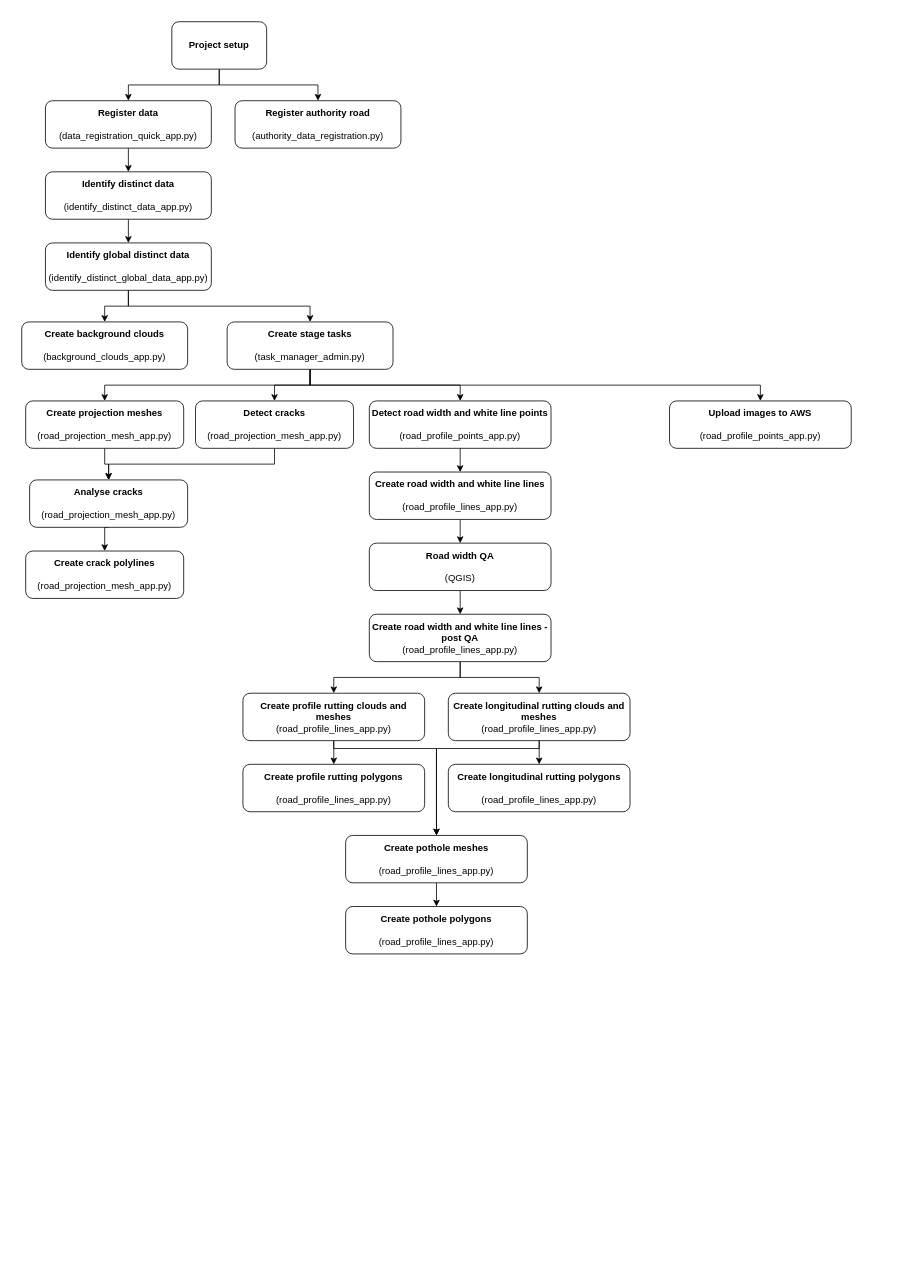
Above: RoadSiDe.drawio in marko-veris/draw.io (draw.io), before the change. Source tidied: cells renumbered, new cells numbered last; positions are measured from the earlier drawing's top-left corner, leaving out a move shared by most shapes. Both pictures are drawn from the tidied source at 79%, with x=0, y=0 at pixel (21, 21).
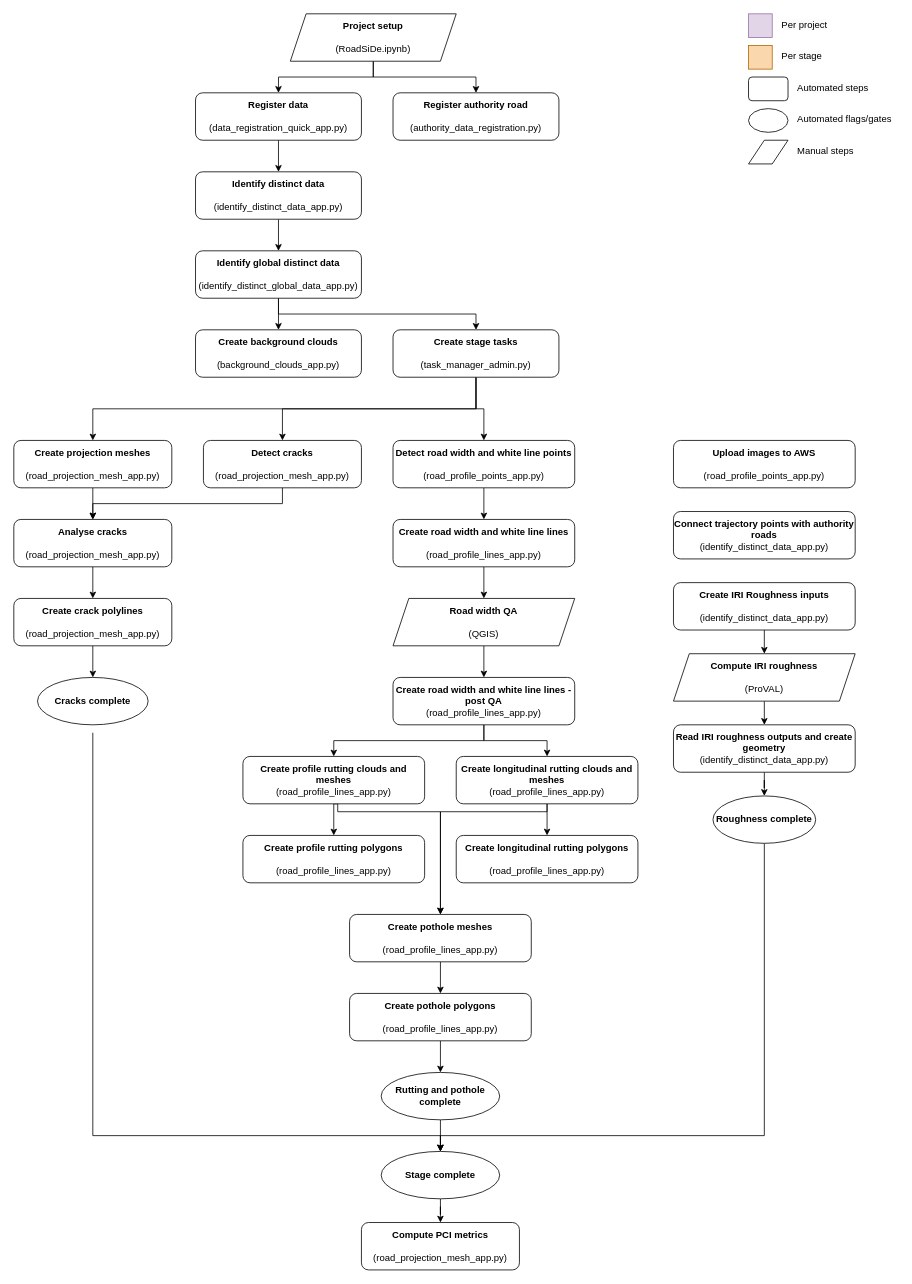
Above is the later version.

What changed in the source:
```diff
@@
     <mxCell id="3" value="&lt;b&gt;Register data&lt;br&gt;&lt;/b&gt;&lt;br&gt;(data_registration_quick_app.py)" style="rounded=1;whiteSpace=wrap;html=1;" parent="1" vertex="1">
-      <mxGeometry x="30" y="100" width="210" height="60" as="geometry" />
+      <mxGeometry x="220" y="90" width="210" height="60" as="geometry" />
     </mxCell>
-    <mxCell id="4" style="edgeStyle=orthogonalEdgeStyle;rounded=0;jettySize=auto;html=1;exitX=0.5;exitY=1;exitDx=0;exitDy=0;entryX=0.5;entryY=0;entryDx=0;entryDy=0;" parent="1" edge="1" source="6" target="3">
-      <mxGeometry relative="1" as="geometry" />
-    </mxCell>
-    <mxCell id="5" style="edgeStyle=orthogonalEdgeStyle;rounded=0;jettySize=auto;html=1;exitX=0.5;exitY=1;exitDx=0;exitDy=0;entryX=0.5;entryY=0;entryDx=0;entryDy=0;" parent="1" edge="1" source="6" target="16">
-      <mxGeometry relative="1" as="geometry" />
-    </mxCell>
-    <mxCell id="6" value="&lt;b&gt;Project setup&lt;/b&gt;" style="rounded=1;whiteSpace=wrap;html=1;" parent="1" vertex="1">
-      <mxGeometry x="190" width="120" height="60" as="geometry" />
-    </mxCell>
     <mxCell id="7" value="&lt;b&gt;Create background clouds&lt;br&gt;&lt;/b&gt;&lt;br&gt;(background_clouds_app.py)" style="rounded=1;whiteSpace=wrap;html=1;" parent="1" vertex="1">
-      <mxGeometry y="380" width="210" height="60" as="geometry" />
+      <mxGeometry x="220" y="390" width="210" height="60" as="geometry" />
     </mxCell>
@@
     <mxCell id="9" value="&lt;b&gt;Detect road width and white line points&lt;br&gt;&lt;/b&gt;&lt;br&gt;(road_profile_points_app.py)" style="rounded=1;whiteSpace=wrap;html=1;" parent="1" vertex="1">
-      <mxGeometry x="440" y="480" width="230" height="60" as="geometry" />
+      <mxGeometry x="470" y="530" width="230" height="60" as="geometry" />
     </mxCell>
@@
     <mxCell id="11" value="&lt;b&gt;Create projection meshes&lt;br&gt;&lt;/b&gt;&lt;br&gt;(road_projection_mesh_app.py)" style="rounded=1;whiteSpace=wrap;html=1;" parent="1" vertex="1">
-      <mxGeometry x="5" y="480" width="200" height="60" as="geometry" />
+      <mxGeometry x="-10" y="530" width="200" height="60" as="geometry" />
     </mxCell>
-    <mxCell id="12" style="edgeStyle=orthogonalEdgeStyle;rounded=0;jettySize=auto;html=1;exitX=0.5;exitY=1;exitDx=0;exitDy=0;entryX=0.5;entryY=0;entryDx=0;entryDy=0;" parent="1" edge="1" source="13" target="31">
+    <mxCell id="12" style="edgeStyle=orthogonalEdgeStyle;rounded=0;jettySize=auto;html=1;" parent="1" edge="1" source="13" target="31">
       <mxGeometry relative="1" as="geometry" />
     </mxCell>
     <mxCell id="13" value="&lt;b&gt;Create road width and white line lines&lt;br&gt;&lt;/b&gt;&lt;br&gt;(road_profile_lines_app.py)" style="rounded=1;whiteSpace=wrap;html=1;" parent="1" vertex="1">
-      <mxGeometry x="440" y="570" width="230" height="60" as="geometry" />
+      <mxGeometry x="470" y="630" width="230" height="60" as="geometry" />
     </mxCell>
@@
     <mxCell id="15" value="&lt;b&gt;Identify distinct data&lt;br&gt;&lt;/b&gt;&lt;br&gt;(identify_distinct_data_app.py)" style="rounded=1;whiteSpace=wrap;html=1;" parent="1" vertex="1">
-      <mxGeometry x="30" y="190" width="210" height="60" as="geometry" />
+      <mxGeometry x="220" y="190" width="210" height="60" as="geometry" />
     </mxCell>
     <mxCell id="16" value="&lt;b&gt;Register authority road&lt;br&gt;&lt;/b&gt;&lt;br&gt;(authority_data_registration.py)" style="rounded=1;whiteSpace=wrap;html=1;" parent="1" vertex="1">
-      <mxGeometry x="270" y="100" width="210" height="60" as="geometry" />
+      <mxGeometry x="470" y="90" width="210" height="60" as="geometry" />
     </mxCell>
@@
     <mxCell id="19" value="&lt;b&gt;Identify global distinct data&lt;br&gt;&lt;/b&gt;&lt;br&gt;(identify_distinct_global_data_app.py)" style="rounded=1;whiteSpace=wrap;html=1;" parent="1" vertex="1">
-      <mxGeometry x="30" y="280" width="210" height="60" as="geometry" />
+      <mxGeometry x="220" y="290" width="210" height="60" as="geometry" />
     </mxCell>
@@
-    <mxCell id="23" style="edgeStyle=orthogonalEdgeStyle;rounded=0;jettySize=auto;html=1;exitX=0.5;exitY=1;exitDx=0;exitDy=0;entryX=0.5;entryY=0;entryDx=0;entryDy=0;" parent="1" edge="1" source="24" target="46">
-      <mxGeometry relative="1" as="geometry" />
-    </mxCell>
     <mxCell id="24" value="&lt;b&gt;Create stage tasks&lt;br&gt;&lt;/b&gt;&lt;br&gt;(task_manager_admin.py)" style="rounded=1;whiteSpace=wrap;html=1;" parent="1" vertex="1">
-      <mxGeometry x="260" y="380" width="210" height="60" as="geometry" />
+      <mxGeometry x="470" y="390" width="210" height="60" as="geometry" />
     </mxCell>
@@
     <mxCell id="26" value="&lt;b&gt;Detect cracks&lt;br&gt;&lt;/b&gt;&lt;br&gt;(road_projection_mesh_app.py)" style="rounded=1;whiteSpace=wrap;html=1;" parent="1" vertex="1">
-      <mxGeometry x="220" y="480" width="200" height="60" as="geometry" />
+      <mxGeometry x="230" y="530" width="200" height="60" as="geometry" />
     </mxCell>
@@
     <mxCell id="28" value="&lt;b&gt;Analyse cracks&lt;br&gt;&lt;/b&gt;&lt;br&gt;(road_projection_mesh_app.py)" style="rounded=1;whiteSpace=wrap;html=1;" parent="1" vertex="1">
-      <mxGeometry x="10" y="580" width="200" height="60" as="geometry" />
+      <mxGeometry x="-10" y="630" width="200" height="60" as="geometry" />
     </mxCell>
+    <mxCell id="47" style="edgeStyle=orthogonalEdgeStyle;rounded=0;jettySize=auto;html=1;exitX=0.5;exitY=1;exitDx=0;exitDy=0;entryX=0.5;entryY=0;entryDx=0;entryDy=0;" parent="1" edge="1" source="29" target="50">
+      <mxGeometry relative="1" as="geometry" />
+    </mxCell>
     <mxCell id="29" value="&lt;b&gt;Create crack polylines&lt;br&gt;&lt;/b&gt;&lt;br&gt;(road_projection_mesh_app.py)" style="rounded=1;whiteSpace=wrap;html=1;" parent="1" vertex="1">
-      <mxGeometry x="5" y="670" width="200" height="60" as="geometry" />
+      <mxGeometry x="-10" y="730" width="200" height="60" as="geometry" />
     </mxCell>
-    <mxCell id="30" style="edgeStyle=orthogonalEdgeStyle;rounded=0;jettySize=auto;html=1;exitX=0.5;exitY=1;exitDx=0;exitDy=0;entryX=0.5;entryY=0;entryDx=0;entryDy=0;" parent="1" edge="1" source="31" target="34">
-      <mxGeometry relative="1" as="geometry" />
-    </mxCell>
-    <mxCell id="31" value="&lt;b&gt;Road width QA&lt;br&gt;&lt;/b&gt;&lt;br&gt;(QGIS)" style="rounded=1;whiteSpace=wrap;html=1;" parent="1" vertex="1">
-      <mxGeometry x="440" y="660" width="230" height="60" as="geometry" />
-    </mxCell>
@@
     <mxCell id="34" value="&lt;b&gt;Create road width and white line lines - post QA&lt;/b&gt;&lt;br&gt;(road_profile_lines_app.py)" style="rounded=1;whiteSpace=wrap;html=1;" parent="1" vertex="1">
-      <mxGeometry x="440" y="750" width="230" height="60" as="geometry" />
+      <mxGeometry x="470" y="830" width="230" height="60" as="geometry" />
     </mxCell>
@@
     <mxCell id="36" style="edgeStyle=orthogonalEdgeStyle;rounded=0;jettySize=auto;html=1;exitX=0.5;exitY=1;exitDx=0;exitDy=0;entryX=0.5;entryY=0;entryDx=0;entryDy=0;" parent="1" edge="1" source="37" target="44">
       <mxGeometry relative="1" as="geometry">
         <Array as="points">
-          <mxPoint x="395" y="920" />
-          <mxPoint x="525" y="920" />
+          <mxPoint x="400" y="1000" />
+          <mxPoint x="530" y="1000" />
         </Array>
       </mxGeometry>
     </mxCell>
     <mxCell id="37" value="&lt;b&gt;Create profile rutting clouds and meshes&lt;br&gt;&lt;/b&gt;(road_profile_lines_app.py)" style="rounded=1;whiteSpace=wrap;html=1;" parent="1" vertex="1">
-      <mxGeometry x="280" y="850" width="230" height="60" as="geometry" />
+      <mxGeometry x="280" y="930" width="230" height="60" as="geometry" />
     </mxCell>
@@
     <mxCell id="39" style="edgeStyle=orthogonalEdgeStyle;rounded=0;jettySize=auto;html=1;exitX=0.5;exitY=1;exitDx=0;exitDy=0;entryX=0.5;entryY=0;entryDx=0;entryDy=0;" parent="1" edge="1" source="40" target="44">
       <mxGeometry relative="1" as="geometry">
         <Array as="points">
-          <mxPoint x="655" y="920" />
-          <mxPoint x="525" y="920" />
-          <mxPoint x="525" y="1030" />
+          <mxPoint x="660" y="1000" />
+          <mxPoint x="530" y="1000" />
+          <mxPoint x="530" y="1110" />
         </Array>
       </mxGeometry>
     </mxCell>
     <mxCell id="40" value="&lt;b&gt;Create longitudinal rutting clouds and meshes&lt;/b&gt;&lt;b&gt;&lt;br&gt;&lt;/b&gt;(road_profile_lines_app.py)" style="rounded=1;whiteSpace=wrap;html=1;" parent="1" vertex="1">
-      <mxGeometry x="540" y="850" width="230" height="60" as="geometry" />
+      <mxGeometry x="550" y="930" width="230" height="60" as="geometry" />
     </mxCell>
     <mxCell id="41" value="&lt;b&gt;Create profile rutting polygons&lt;br&gt;&lt;br&gt;&lt;/b&gt;(road_profile_lines_app.py)" style="rounded=1;whiteSpace=wrap;html=1;" parent="1" vertex="1">
-      <mxGeometry x="280" y="940" width="230" height="60" as="geometry" />
+      <mxGeometry x="280" y="1030" width="230" height="60" as="geometry" />
     </mxCell>
     <mxCell id="42" value="&lt;b&gt;Create longitudinal rutting polygons&lt;br&gt;&lt;br&gt;&lt;/b&gt;(road_profile_lines_app.py)" style="rounded=1;whiteSpace=wrap;html=1;" parent="1" vertex="1">
-      <mxGeometry x="540" y="940" width="230" height="60" as="geometry" />
+      <mxGeometry x="550" y="1030" width="230" height="60" as="geometry" />
     </mxCell>
@@
     <mxCell id="44" value="&lt;b&gt;Create pothole meshes&lt;br&gt;&lt;br&gt;&lt;/b&gt;(road_profile_lines_app.py)" style="rounded=1;whiteSpace=wrap;html=1;" parent="1" vertex="1">
-      <mxGeometry x="410" y="1030" width="230" height="60" as="geometry" />
+      <mxGeometry x="415" y="1130" width="230" height="60" as="geometry" />
     </mxCell>
+    <mxCell id="48" style="edgeStyle=orthogonalEdgeStyle;rounded=0;jettySize=auto;html=1;exitX=0.5;exitY=1;exitDx=0;exitDy=0;entryX=0.5;entryY=0;entryDx=0;entryDy=0;" parent="1" edge="1" source="45" target="60">
+      <mxGeometry relative="1" as="geometry" />
+    </mxCell>
     <mxCell id="45" value="&lt;b&gt;Create pothole polygons&lt;br&gt;&lt;br&gt;&lt;/b&gt;(road_profile_lines_app.py)" style="rounded=1;whiteSpace=wrap;html=1;" parent="1" vertex="1">
-      <mxGeometry x="410" y="1120" width="230" height="60" as="geometry" />
+      <mxGeometry x="415" y="1230" width="230" height="60" as="geometry" />
     </mxCell>
     <mxCell id="46" value="&lt;b&gt;Upload images to AWS&lt;br&gt;&lt;/b&gt;&lt;br&gt;(road_profile_points_app.py)" style="rounded=1;whiteSpace=wrap;html=1;" parent="1" vertex="1">
-      <mxGeometry x="820" y="480" width="230" height="60" as="geometry" />
+      <mxGeometry x="825" y="530" width="230" height="60" as="geometry" />
     </mxCell>
+    <mxCell id="49" style="edgeStyle=orthogonalEdgeStyle;rounded=0;orthogonalLoop=1;jettySize=auto;html=1;exitX=0.5;exitY=1;exitDx=0;exitDy=0;entryX=0.5;entryY=0;entryDx=0;entryDy=0;" parent="1" edge="1">
+      <mxGeometry relative="1" as="geometry">
+        <mxPoint x="90" y="900" as="sourcePoint" />
+        <mxPoint x="530" y="1430" as="targetPoint" />
+        <Array as="points">
+          <mxPoint x="90" y="1410" />
+          <mxPoint x="530" y="1410" />
+        </Array>
+      </mxGeometry>
+    </mxCell>
+    <mxCell id="50" value="&lt;b&gt;Cracks complete&lt;/b&gt;" style="ellipse;whiteSpace=wrap;html=1;" parent="1" vertex="1">
+      <mxGeometry x="20" y="830" width="140" height="60" as="geometry" />
+    </mxCell>
+    <mxCell id="51" style="rounded=1;whiteSpace=wrap;html=1;" parent="1" vertex="1">
+      <mxGeometry x="920" y="70" width="50" height="30" as="geometry" />
+    </mxCell>
+    <mxCell id="52" value="&lt;span style=&quot;color: rgb(0, 0, 0); font-family: Helvetica; font-size: 12px; font-style: normal; font-variant-ligatures: normal; font-variant-caps: normal; font-weight: 400; letter-spacing: normal; orphans: 2; text-align: center; text-indent: 0px; text-transform: none; widows: 2; word-spacing: 0px; -webkit-text-stroke-width: 0px; white-space: normal; background-color: rgb(251, 251, 251); text-decoration-thickness: initial; text-decoration-style: initial; text-decoration-color: initial; float: none; display: inline !important;&quot;&gt;Per stage&lt;/span&gt;" style="text;whiteSpace=wrap;html=1;" parent="1" vertex="1">
+      <mxGeometry x="960" y="30" width="130" height="30" as="geometry" />
+    </mxCell>
+    <mxCell id="53" style="rounded=0;whiteSpace=wrap;html=1;fillColor=#e1d5e7;strokeColor=#9673a6;" parent="1" vertex="1">
+      <mxGeometry x="920" y="-10" width="30" height="30" as="geometry" />
+    </mxCell>
+    <mxCell id="54" style="rounded=0;whiteSpace=wrap;html=1;fillColor=#fad7ac;strokeColor=#b46504;" parent="1" vertex="1">
+      <mxGeometry x="920" y="30" width="30" height="30" as="geometry" />
+    </mxCell>
+    <mxCell id="55" value="&lt;span style=&quot;color: rgb(0, 0, 0); font-family: Helvetica; font-size: 12px; font-style: normal; font-variant-ligatures: normal; font-variant-caps: normal; font-weight: 400; letter-spacing: normal; orphans: 2; text-align: center; text-indent: 0px; text-transform: none; widows: 2; word-spacing: 0px; -webkit-text-stroke-width: 0px; white-space: normal; background-color: rgb(251, 251, 251); text-decoration-thickness: initial; text-decoration-style: initial; text-decoration-color: initial; float: none; display: inline !important;&quot;&gt;Per project&lt;/span&gt;" style="text;whiteSpace=wrap;html=1;" parent="1" vertex="1">
+      <mxGeometry x="960" y="-10" width="130" height="30" as="geometry" />
+    </mxCell>
+    <mxCell id="56" style="ellipse;whiteSpace=wrap;html=1;" parent="1" vertex="1">
+      <mxGeometry x="920" y="110" width="50" height="30" as="geometry" />
+    </mxCell>
+    <mxCell id="57" value="&lt;span style=&quot;color: rgb(0, 0, 0); font-family: Helvetica; font-size: 12px; font-style: normal; font-variant-ligatures: normal; font-variant-caps: normal; font-weight: 400; letter-spacing: normal; orphans: 2; text-align: center; text-indent: 0px; text-transform: none; widows: 2; word-spacing: 0px; -webkit-text-stroke-width: 0px; white-space: normal; background-color: rgb(251, 251, 251); text-decoration-thickness: initial; text-decoration-style: initial; text-decoration-color: initial; float: none; display: inline !important;&quot;&gt;Automated steps&lt;/span&gt;" style="text;whiteSpace=wrap;html=1;" parent="1" vertex="1">
+      <mxGeometry x="980" y="70" width="130" height="30" as="geometry" />
+    </mxCell>
+    <mxCell id="58" value="Automated flags/gates" style="text;whiteSpace=wrap;html=1;" parent="1" vertex="1">
+      <mxGeometry x="980" y="110" width="130" height="30" as="geometry" />
+    </mxCell>
+    <mxCell id="59" style="edgeStyle=orthogonalEdgeStyle;rounded=0;jettySize=auto;html=1;" parent="1" edge="1" source="60" target="73">
+      <mxGeometry relative="1" as="geometry" />
+    </mxCell>
+    <mxCell id="60" value="&lt;b&gt;Rutting and pothole complete&lt;/b&gt;" style="ellipse;whiteSpace=wrap;html=1;" parent="1" vertex="1">
+      <mxGeometry x="455" y="1330" width="150" height="60" as="geometry" />
+    </mxCell>
+    <mxCell id="61" value="&lt;b&gt;Connect trajectory points with authority roads&lt;/b&gt;&lt;br&gt;(identify_distinct_data_app.py)" style="rounded=1;whiteSpace=wrap;html=1;" parent="1" vertex="1">
+      <mxGeometry x="825" y="620" width="230" height="60" as="geometry" />
+    </mxCell>
+    <mxCell id="62" style="edgeStyle=orthogonalEdgeStyle;rounded=0;jettySize=auto;html=1;exitX=0.5;exitY=1;exitDx=0;exitDy=0;entryX=0.5;entryY=0;entryDx=0;entryDy=0;" parent="1" edge="1" source="63" target="67">
+      <mxGeometry relative="1" as="geometry" />
+    </mxCell>
+    <mxCell id="63" value="&lt;b&gt;Create IRI Roughness inputs&lt;br&gt;&lt;br&gt;&lt;/b&gt;(identify_distinct_data_app.py)" style="rounded=1;whiteSpace=wrap;html=1;" parent="1" vertex="1">
+      <mxGeometry x="825" y="710" width="230" height="60" as="geometry" />
+    </mxCell>
+    <mxCell id="64" style="shape=parallelogram;perimeter=parallelogramPerimeter;whiteSpace=wrap;html=1;fixedSize=1;" parent="1" vertex="1">
+      <mxGeometry x="920" y="150" width="50" height="30" as="geometry" />
+    </mxCell>
+    <mxCell id="65" value="Manual steps" style="text;whiteSpace=wrap;html=1;" parent="1" vertex="1">
+      <mxGeometry x="980" y="150" width="130" height="30" as="geometry" />
+    </mxCell>
+    <mxCell id="30" style="edgeStyle=orthogonalEdgeStyle;rounded=0;jettySize=auto;html=1;" parent="1" edge="1" source="31" target="34">
+      <mxGeometry relative="1" as="geometry" />
+    </mxCell>
+    <mxCell id="31" value="&lt;b&gt;Road width QA&lt;/b&gt;&lt;br&gt;&lt;br&gt;(QGIS)" style="shape=parallelogram;perimeter=parallelogramPerimeter;whiteSpace=wrap;html=1;fixedSize=1;" parent="1" vertex="1">
+      <mxGeometry x="470" y="730" width="230" height="60" as="geometry" />
+    </mxCell>
+    <mxCell id="66" style="edgeStyle=orthogonalEdgeStyle;rounded=0;jettySize=auto;html=1;exitX=0.5;exitY=1;exitDx=0;exitDy=0;entryX=0.5;entryY=0;entryDx=0;entryDy=0;" parent="1" edge="1" source="67" target="69">
+      <mxGeometry relative="1" as="geometry" />
+    </mxCell>
+    <mxCell id="67" value="&lt;b&gt;Compute IRI roughness&lt;br&gt;&lt;/b&gt;&lt;br&gt;(ProVAL)" style="shape=parallelogram;perimeter=parallelogramPerimeter;whiteSpace=wrap;html=1;fixedSize=1;" parent="1" vertex="1">
+      <mxGeometry x="825" y="800" width="230" height="60" as="geometry" />
+    </mxCell>
+    <mxCell id="68" style="edgeStyle=orthogonalEdgeStyle;rounded=0;jettySize=auto;html=1;" parent="1" edge="1" source="69" target="71">
+      <mxGeometry relative="1" as="geometry" />
+    </mxCell>
+    <mxCell id="69" value="&lt;b&gt;Read IRI roughness outputs and create geometry&lt;br&gt;&lt;/b&gt;(identify_distinct_data_app.py)" style="rounded=1;whiteSpace=wrap;html=1;" parent="1" vertex="1">
+      <mxGeometry x="825" y="890" width="230" height="60" as="geometry" />
+    </mxCell>
+    <mxCell id="70" style="edgeStyle=orthogonalEdgeStyle;rounded=0;jettySize=auto;html=1;exitX=0.5;exitY=1;exitDx=0;exitDy=0;entryX=0.5;entryY=0;entryDx=0;entryDy=0;" parent="1" edge="1" source="71" target="73">
+      <mxGeometry relative="1" as="geometry">
+        <Array as="points">
+          <mxPoint x="940" y="1410" />
+          <mxPoint x="530" y="1410" />
+        </Array>
+      </mxGeometry>
+    </mxCell>
+    <mxCell id="71" value="&lt;b&gt;Roughness complete&lt;/b&gt;" style="ellipse;whiteSpace=wrap;html=1;" parent="1" vertex="1">
+      <mxGeometry x="875" y="980" width="130" height="60" as="geometry" />
+    </mxCell>
+    <mxCell id="72" style="edgeStyle=orthogonalEdgeStyle;rounded=0;jettySize=auto;html=1;" parent="1" edge="1" source="73" target="74">
+      <mxGeometry relative="1" as="geometry" />
+    </mxCell>
+    <mxCell id="73" value="&lt;b&gt;Stage complete&lt;/b&gt;" style="ellipse;whiteSpace=wrap;html=1;" parent="1" vertex="1">
+      <mxGeometry x="455" y="1430" width="150" height="60" as="geometry" />
+    </mxCell>
+    <mxCell id="74" value="&lt;b&gt;Compute PCI metrics&lt;br&gt;&lt;/b&gt;&lt;br&gt;(road_projection_mesh_app.py)" style="rounded=1;whiteSpace=wrap;html=1;" parent="1" vertex="1">
+      <mxGeometry x="430" y="1520" width="200" height="60" as="geometry" />
+    </mxCell>
+    <mxCell id="75" style="edgeStyle=orthogonalEdgeStyle;rounded=0;jettySize=auto;html=1;exitX=0.5;exitY=1;exitDx=0;exitDy=0;entryX=0.5;entryY=0;entryDx=0;entryDy=0;" parent="1" edge="1" source="77" target="16">
+      <mxGeometry relative="1" as="geometry" />
+    </mxCell>
+    <mxCell id="76" style="edgeStyle=orthogonalEdgeStyle;rounded=0;jettySize=auto;html=1;exitX=0.5;exitY=1;exitDx=0;exitDy=0;entryX=0.5;entryY=0;entryDx=0;entryDy=0;" parent="1" edge="1" source="77" target="3">
+      <mxGeometry relative="1" as="geometry" />
+    </mxCell>
+    <mxCell id="77" value="&lt;b&gt;Project setup&lt;/b&gt;&lt;br&gt;&lt;br&gt;(RoadSiDe.ipynb)" style="shape=parallelogram;perimeter=parallelogramPerimeter;whiteSpace=wrap;html=1;fixedSize=1;" parent="1" vertex="1">
+      <mxGeometry x="340" y="-10" width="210" height="60" as="geometry" />
+    </mxCell>
```
